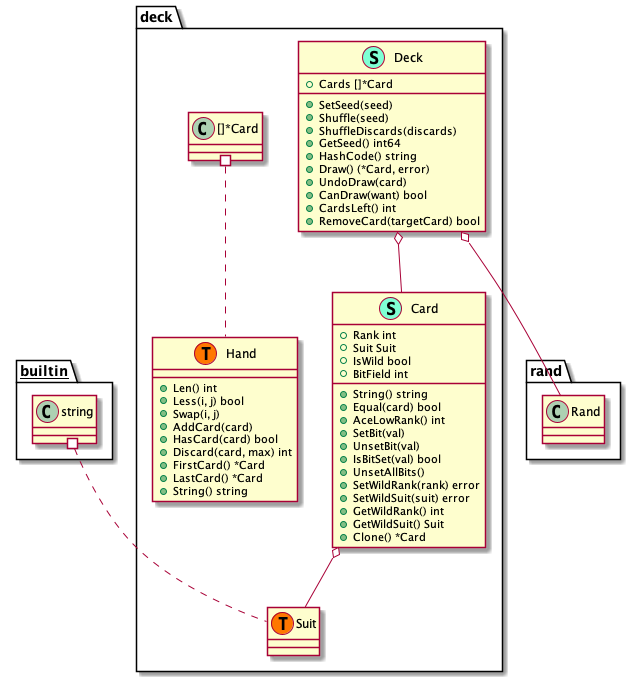
The PlantUML diagram assets/uml_deck.png in weters/mondaynightpoker-server, before a commit. Source of this version:
```plantuml
@startuml
namespace deck {
    class Card << (S,Aquamarine) >> {
        + Rank int
        + Suit Suit
        + IsWild bool
        + BitField int

        + String() string
        + Equal(card) bool
        + AceLowRank() int
        + SetBit(val)
        + UnsetBit(val)
        + IsBitSet(val) bool
        + UnsetAllBits()
        + SetWildRank(rank) error
        + SetWildSuit(suit) error
        + GetWildRank() int
        + GetWildSuit() Suit
        + Clone() *Card

    }
    class Deck << (S,Aquamarine) >> {
        + Cards []*Card

        + SetSeed(seed)
        + Shuffle(seed)
        + ShuffleDiscards(discards)
        + GetSeed() int64
        + HashCode() string
        + Draw() (*Card, error)
        + UndoDraw(card)
        + CanDraw(want) bool
        + CardsLeft() int
        + RemoveCard(targetCard) bool

    }
    class Hand << (S,Aquamarine) >> {
        + Len() int
        + Less(i, j) bool
        + Swap(i, j)
        + AddCard(card)
        + HasCard(card) bool
        + Discard(card, max) int
        + FirstCard() *Card
        + LastCard() *Card
        + String() string

    }
    class deck.Hand << (T, #FF7700) >>  {
    }
    class deck.Suit << (T, #FF7700) >>  {
    }
}


"deck.Card" o-- "deck.Suit"
"deck.Deck" o-- "deck.Card"
"deck.Deck" o-- "rand.Rand"

"__builtin__.string" #.. "deck.Suit"
"deck.[]*Card" #.. "deck.Hand"
@enduml
```
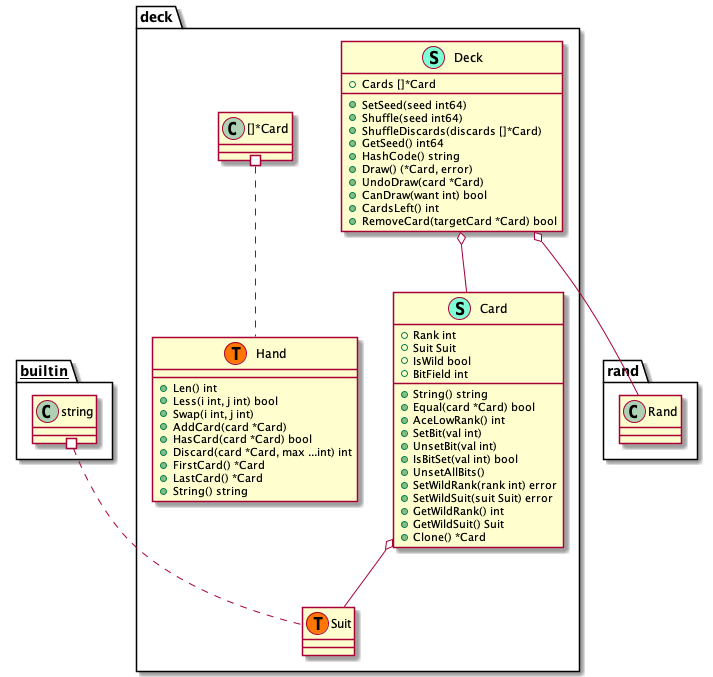
The same file after the commit.

The edit, as a diff of the source:
```diff
@@ -7,14 +7,14 @@
         + BitField int
 
         + String() string
-        + Equal(card) bool
+        + Equal(card *Card) bool
         + AceLowRank() int
-        + SetBit(val)
-        + UnsetBit(val)
-        + IsBitSet(val) bool
+        + SetBit(val int)
+        + UnsetBit(val int)
+        + IsBitSet(val int) bool
         + UnsetAllBits()
-        + SetWildRank(rank) error
-        + SetWildSuit(suit) error
+        + SetWildRank(rank int) error
+        + SetWildSuit(suit Suit) error
         + GetWildRank() int
         + GetWildSuit() Suit
         + Clone() *Card
@@ -23,25 +23,25 @@
     class Deck << (S,Aquamarine) >> {
         + Cards []*Card
 
-        + SetSeed(seed)
-        + Shuffle(seed)
-        + ShuffleDiscards(discards)
+        + SetSeed(seed int64)
+        + Shuffle(seed int64)
+        + ShuffleDiscards(discards []*Card)
         + GetSeed() int64
         + HashCode() string
         + Draw() (*Card, error)
-        + UndoDraw(card)
-        + CanDraw(want) bool
+        + UndoDraw(card *Card)
+        + CanDraw(want int) bool
         + CardsLeft() int
-        + RemoveCard(targetCard) bool
+        + RemoveCard(targetCard *Card) bool
 
     }
     class Hand << (S,Aquamarine) >> {
         + Len() int
-        + Less(i, j) bool
-        + Swap(i, j)
-        + AddCard(card)
-        + HasCard(card) bool
-        + Discard(card, max) int
+        + Less(i int, j int) bool
+        + Swap(i int, j int)
+        + AddCard(card *Card)
+        + HasCard(card *Card) bool
+        + Discard(card *Card, max ...int) int
         + FirstCard() *Card
         + LastCard() *Card
         + String() string
```
